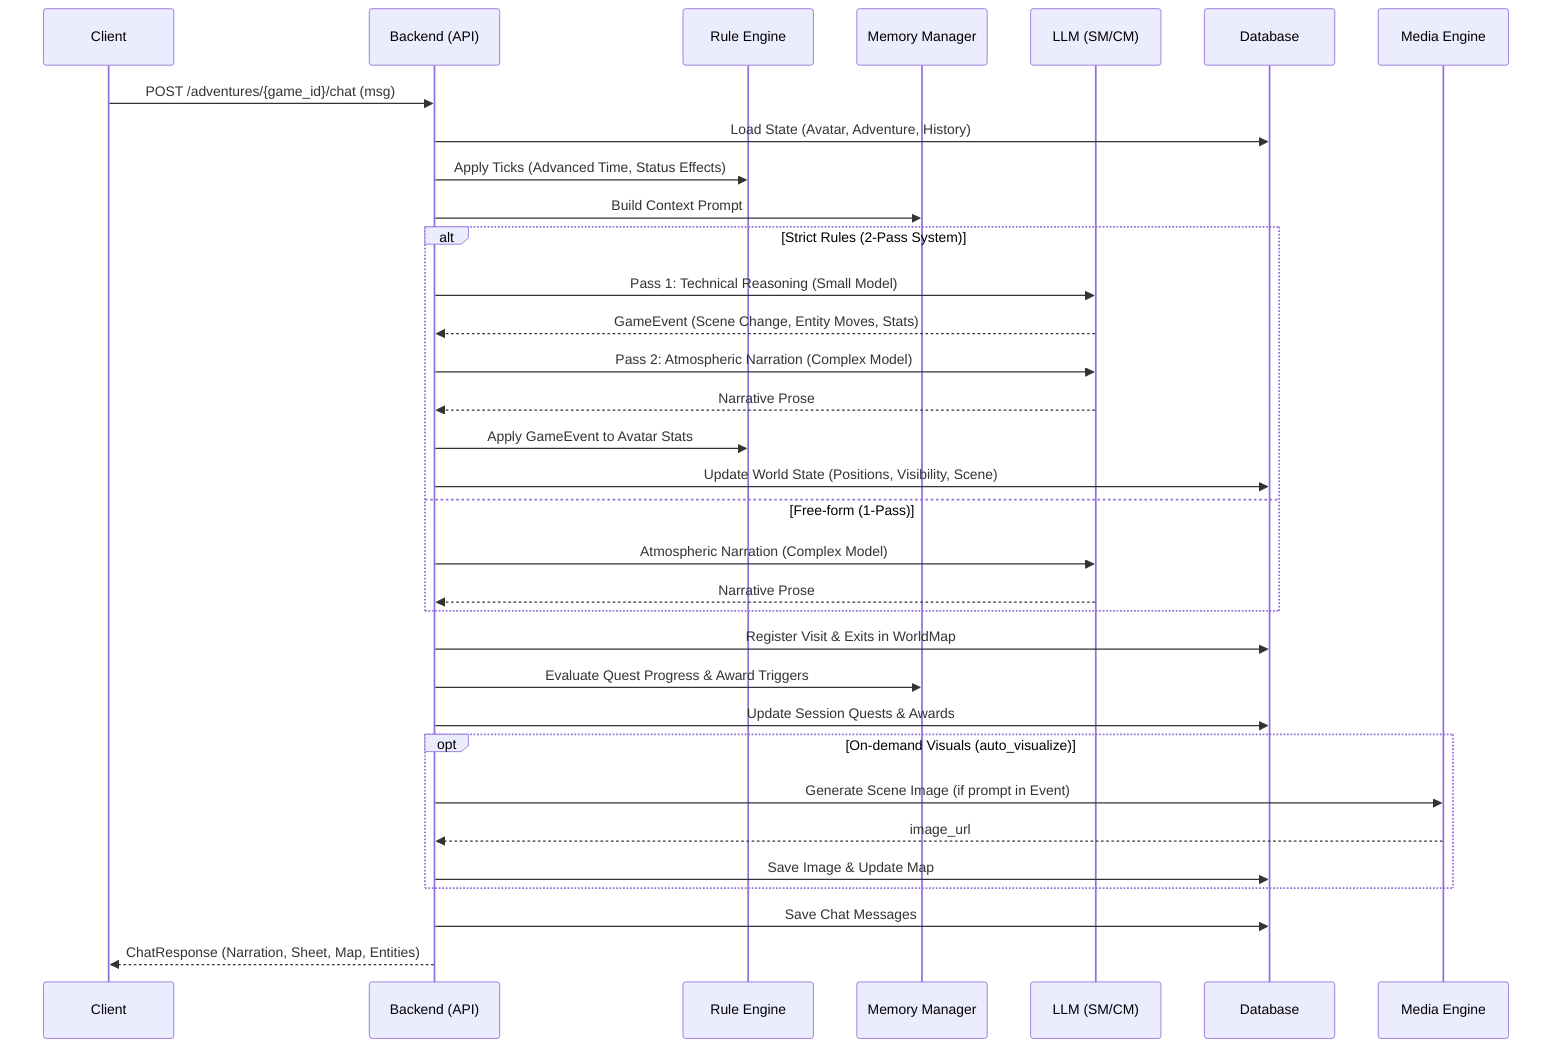
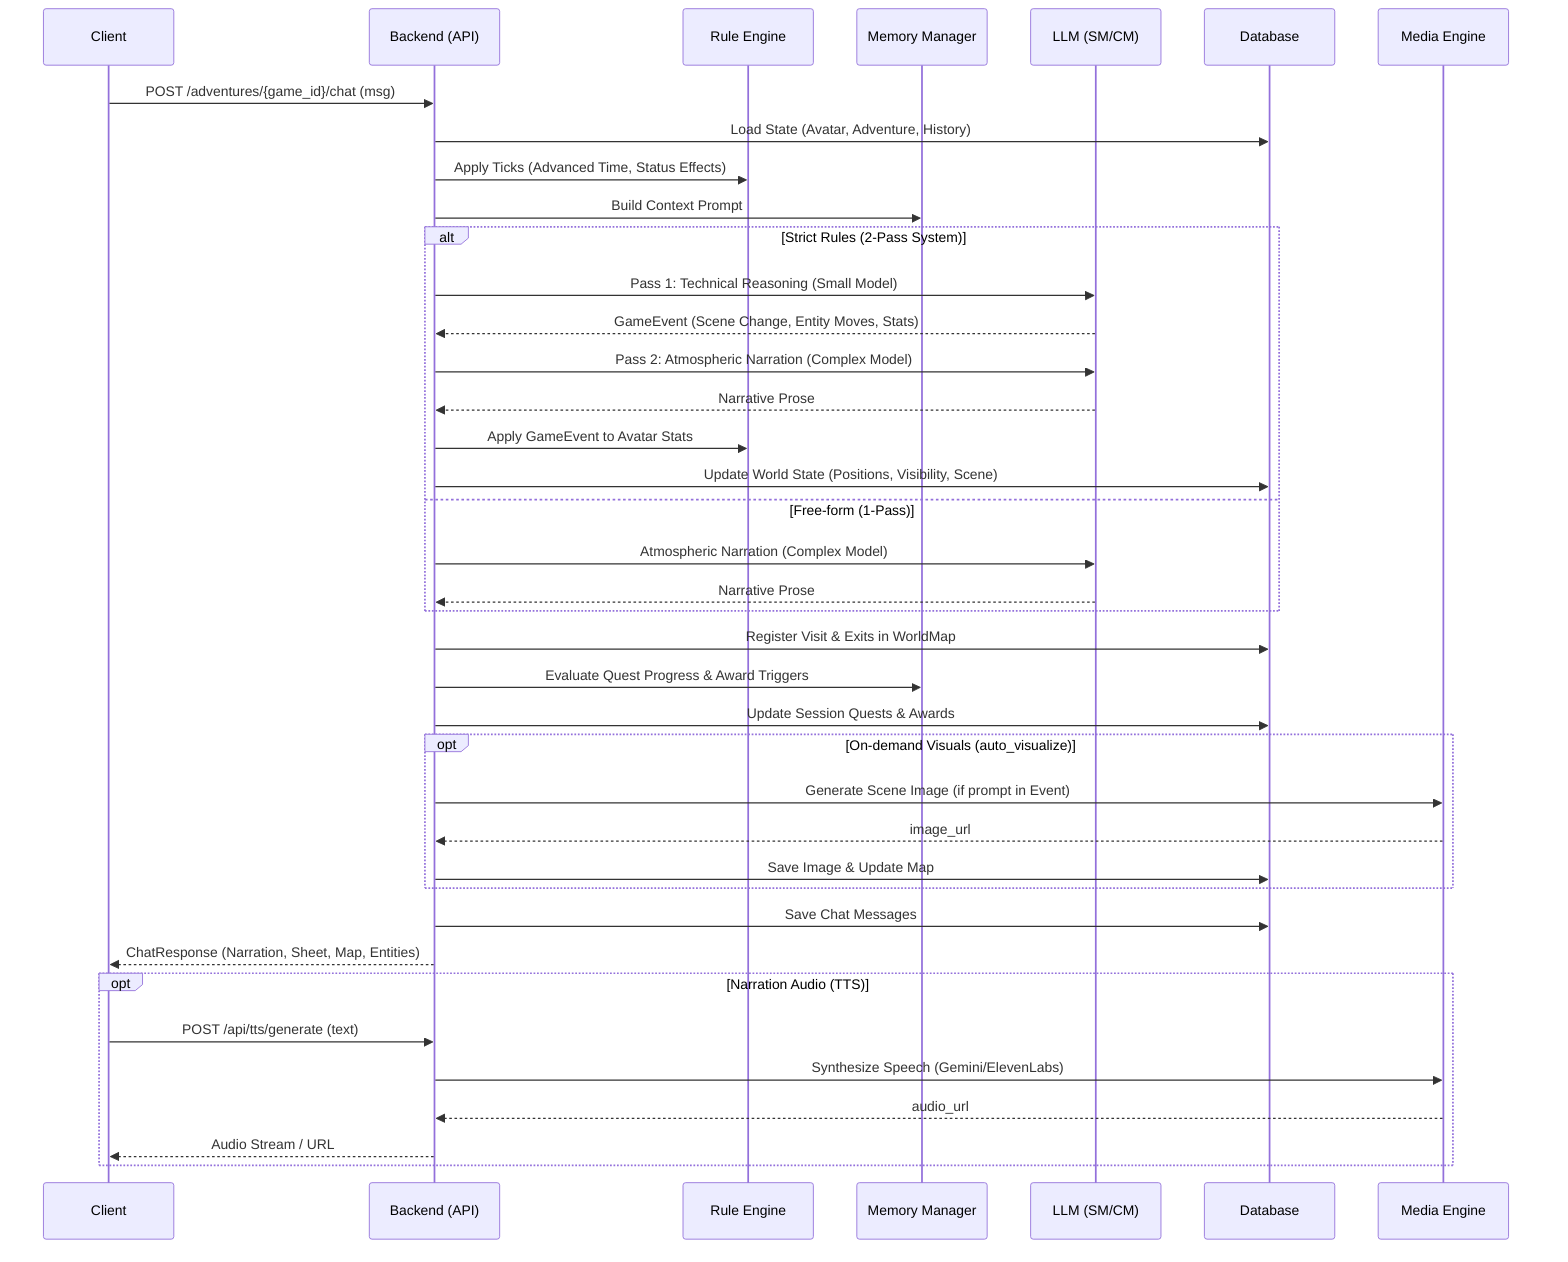
sequenceDiagram
    participant C as Client
    participant B as Backend (API)
    participant RE as Rule Engine
    participant MM as Memory Manager
    participant LLM as LLM (SM/CM)
    participant DB as Database
    participant ME as Media Engine

    C->>B: POST /adventures/{game_id}/chat (msg)
    B->>DB: Load State (Avatar, Adventure, History)
    B->>RE: Apply Ticks (Advanced Time, Status Effects)
    B->>MM: Build Context Prompt

    alt Strict Rules (2-Pass System)
        B->>LLM: Pass 1: Technical Reasoning (Small Model)
        LLM-->>B: GameEvent (Scene Change, Entity Moves, Stats)
        B->>LLM: Pass 2: Atmospheric Narration (Complex Model)
        LLM-->>B: Narrative Prose
        B->>RE: Apply GameEvent to Avatar Stats
        B->>DB: Update World State (Positions, Visibility, Scene)
    else Free-form (1-Pass)
        B->>LLM: Atmospheric Narration (Complex Model)
        LLM-->>B: Narrative Prose
    end

    B->>DB: Register Visit & Exits in WorldMap
    B->>MM: Evaluate Quest Progress & Award Triggers
    B->>DB: Update Session Quests & Awards

    opt On-demand Visuals (auto_visualize)
        B->>ME: Generate Scene Image (if prompt in Event)
        ME-->>B: image_url
        B->>DB: Save Image & Update Map
    end

    B->>DB: Save Chat Messages
    B-->>C: ChatResponse (Narration, Sheet, Map, Entities)
+ 
+     opt Narration Audio (TTS)
+         C->>B: POST /api/tts/generate (text)
+         B->>ME: Synthesize Speech (Gemini/ElevenLabs)
+         ME-->>B: audio_url
+         B-->>C: Audio Stream / URL
+     end
